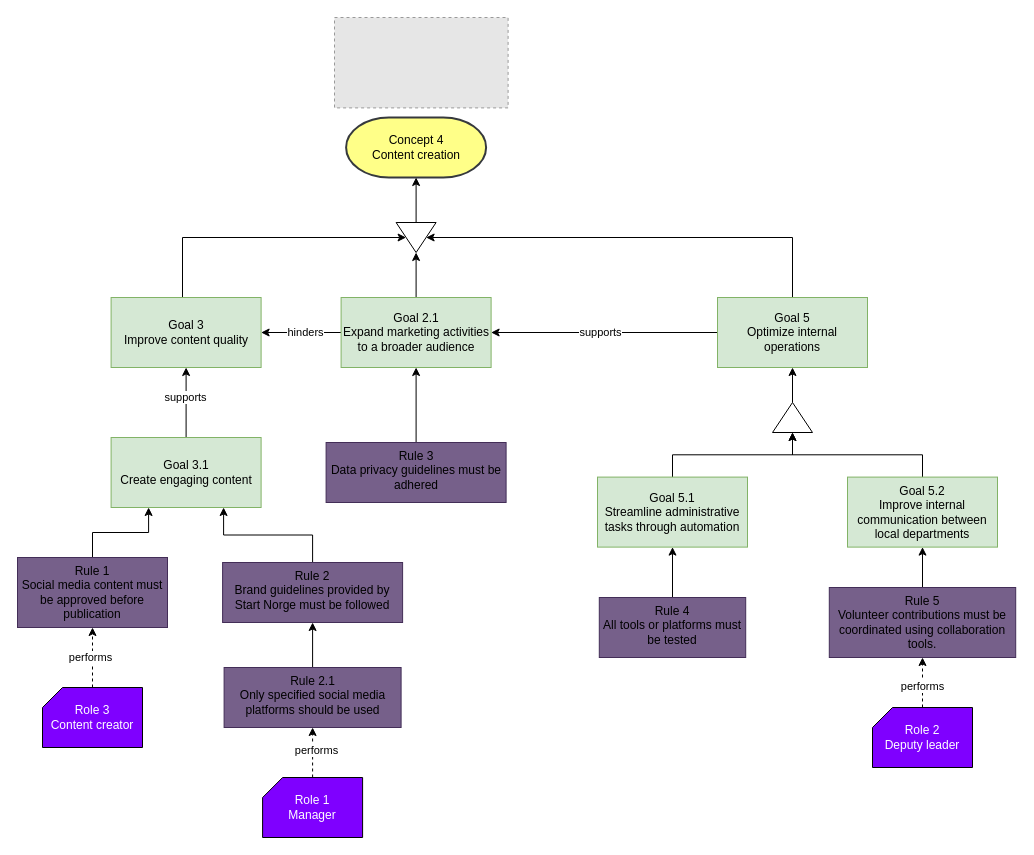
The draw.io diagram page "business_rule_model" (5 of 6) of Start Norge.drawio in marhjoh/TDT4252-Enterprise-Architecture-for-Enterprise-Innovation, before the edit. Source tidied: cells renumbered, new cells numbered last; positions are measured from the earlier drawing's top-left corner, leaving out a move shared by most shapes. Both pictures are drawn from the tidied source at 100%, with x=0, y=0 at pixel (17, 17). Pictures stored in the file or linked from it are replaced by grey dashed boxes.
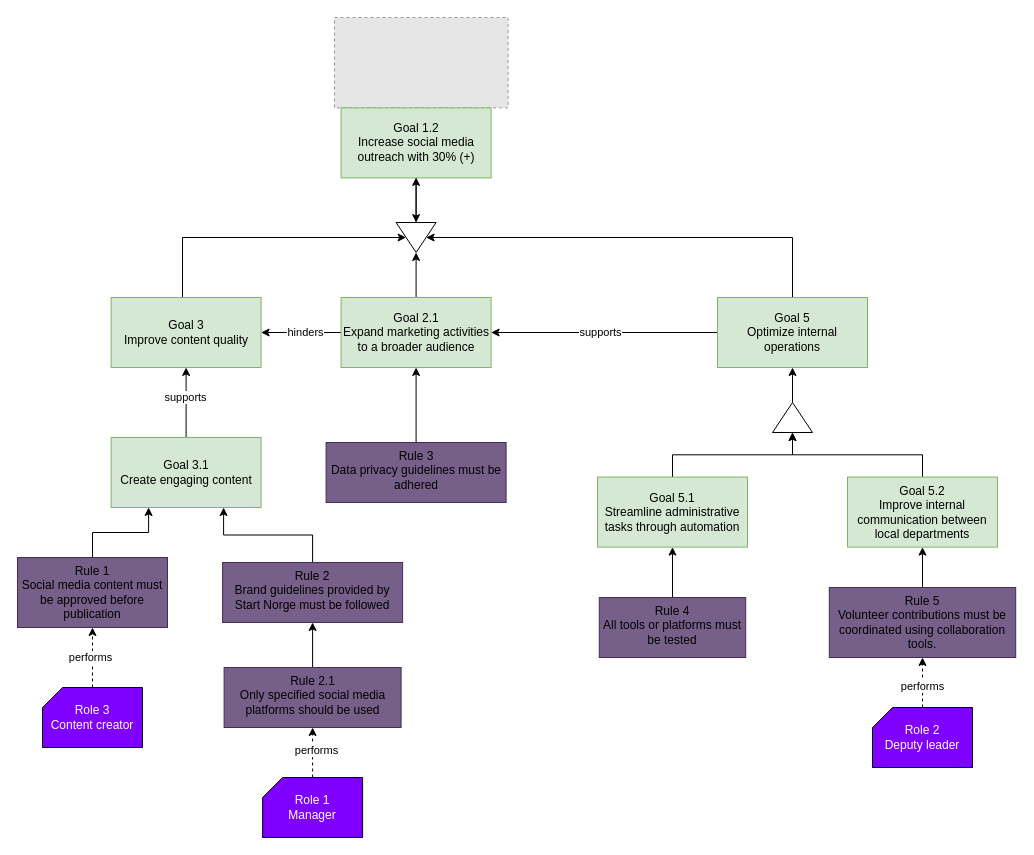
After the change.

Unchanged cells that the change refers to:
```xml
<mxCell id="37" style="triangle;whiteSpace=wrap;html=1;rotation=90;" parent="1" vertex="1">
  <mxGeometry x="383.6" y="200" width="30" height="40" as="geometry" />
</mxCell>
```

What changed in the source:
```diff
@@
-    <mxCell id="36" value="&lt;div&gt;Concept 4&lt;/div&gt;Content creation" style="strokeWidth=2;html=1;shape=mxgraph.flowchart.terminator;whiteSpace=wrap;fillColor=#ffff88;strokeColor=#36393d;" parent="1" vertex="1">
-      <mxGeometry x="328.6" y="100" width="140" height="60" as="geometry" />
-    </mxCell>
@@
-    <mxCell id="38" style="edgeStyle=orthogonalEdgeStyle;rounded=0;jettySize=auto;html=1;entryX=0.5;entryY=1;entryDx=0;entryDy=0;entryPerimeter=0;" parent="1" edge="1" source="37" target="36">
-      <mxGeometry relative="1" as="geometry" />
+    <mxCell id="38" style="edgeStyle=orthogonalEdgeStyle;rounded=0;jettySize=auto;html=1;entryX=0.5;entryY=1;entryDx=0;entryDy=0;entryPerimeter=0;" parent="1" edge="1" source="37">
+      <mxGeometry relative="1" as="geometry">
+        <mxPoint x="398.6" y="160" as="targetPoint" />
+      </mxGeometry>
     </mxCell>
@@
+    <mxCell id="46" style="edgeStyle=orthogonalEdgeStyle;rounded=0;jettySize=auto;html=1;" parent="1" edge="1" source="47" target="37">
+      <mxGeometry relative="1" as="geometry" />
+    </mxCell>
+    <mxCell id="47" value="&lt;div&gt;Goal 1.2&lt;/div&gt;&lt;div&gt;Increase social media outreach with 30% (+)&lt;/div&gt;" style="rounded=0;whiteSpace=wrap;html=1;fillColor=#d5e8d4;strokeColor=#82b366;" parent="1" vertex="1">
+      <mxGeometry x="323.6" y="90.4" width="150" height="70" as="geometry" />
+    </mxCell>
```
